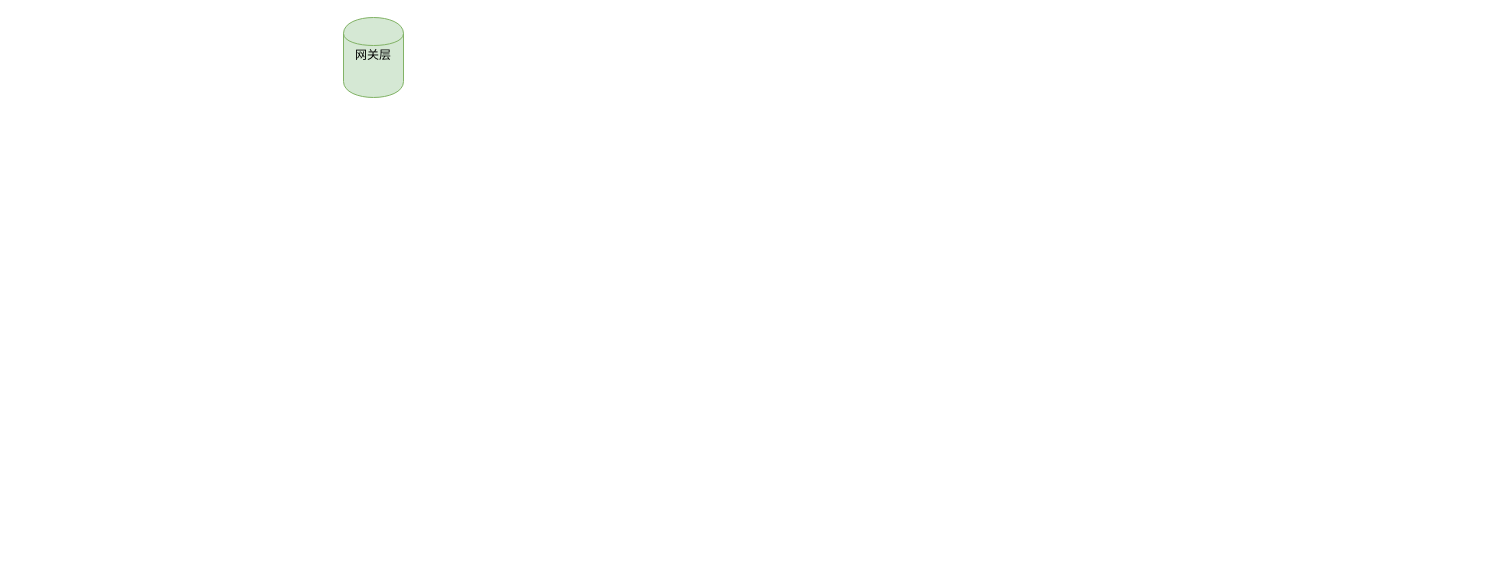
This is MA-Frontend.drawio from jizhi77/drawio, a draw.io file, before an edit. Source tidied: cells renumbered, new cells numbered last; positions are measured from the earlier drawing's top-left corner, leaving out a move shared by most shapes. Both pictures are drawn from the tidied source at 100%, with x=0, y=0 at pixel (343, 17).
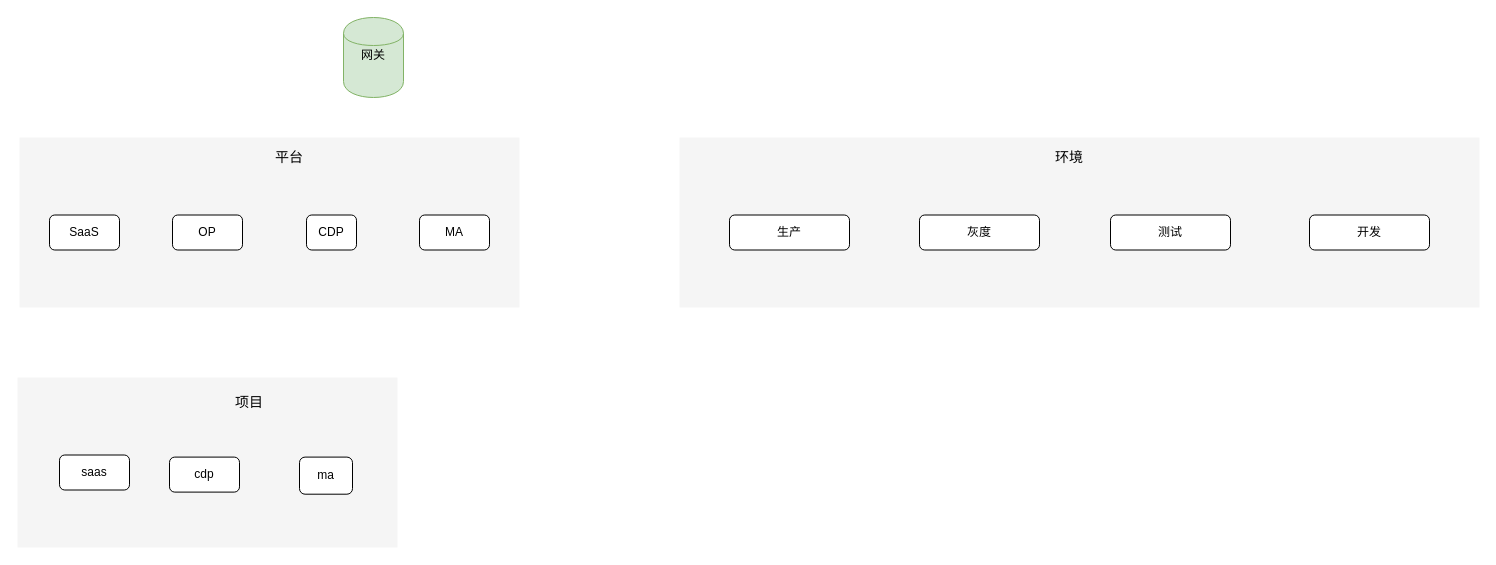
The same page after the edit.

Diff of the diagram source:
```diff
@@
 <mxGraphModel>
   <root>
     <mxCell id="0" />
     <mxCell id="1" parent="0" />
+    <mxCell id="3" style="verticalLabelPosition=bottom;verticalAlign=top;html=1;shape=mxgraph.basic.rect;fillColor2=none;strokeWidth=1;size=20;indent=5;fillColor=#f5f5f5;fontColor=#333333;strokeColor=none;" parent="1" vertex="1">
+      <mxGeometry x="-324" y="120" width="500" height="170" as="geometry" />
+    </mxCell>
-    <mxCell id="2" value="网关层" style="shape=cylinder;whiteSpace=wrap;html=1;boundedLbl=1;backgroundOutline=1;verticalAlign=top;fillColor=#d5e8d4;fillStyle=diag;strokeColor=#82b366;" parent="1" vertex="1">
+    <mxCell id="2" value="网关" style="shape=cylinder;whiteSpace=wrap;html=1;boundedLbl=1;backgroundOutline=1;verticalAlign=top;fillColor=#d5e8d4;fillStyle=diag;strokeColor=#82b366;" parent="1" vertex="1">
       <mxGeometry width="60" height="80" as="geometry" />
     </mxCell>
+    <mxCell id="4" value="SaaS" style="rounded=1;whiteSpace=wrap;html=1;strokeWidth=1;fillColor=#ffffff;flipH=1;" parent="1" vertex="1">
+      <mxGeometry x="-294" y="197.5" width="70" height="35" as="geometry" />
+    </mxCell>
+    <mxCell id="5" value="平台" style="text;html=1;strokeColor=none;fillColor=none;align=center;verticalAlign=middle;whiteSpace=wrap;rounded=0;fontStyle=0;fontSize=14;" parent="1" vertex="1">
+      <mxGeometry x="-74" y="130" width="40" height="20" as="geometry" />
+    </mxCell>
+    <mxCell id="6" value="OP" style="rounded=1;whiteSpace=wrap;html=1;strokeWidth=1;fillColor=#ffffff;flipH=1;" parent="1" vertex="1">
+      <mxGeometry x="-171" y="197.5" width="70" height="35" as="geometry" />
+    </mxCell>
+    <mxCell id="7" value="CDP" style="rounded=1;whiteSpace=wrap;html=1;strokeWidth=1;fillColor=#ffffff;flipH=1;" parent="1" vertex="1">
+      <mxGeometry x="-37" y="197.5" width="50" height="35" as="geometry" />
+    </mxCell>
+    <mxCell id="8" value="MA" style="rounded=1;whiteSpace=wrap;html=1;strokeWidth=1;fillColor=#ffffff;flipH=1;" parent="1" vertex="1">
+      <mxGeometry x="76" y="197.5" width="70" height="35" as="geometry" />
+    </mxCell>
+    <mxCell id="9" style="verticalLabelPosition=bottom;verticalAlign=top;html=1;shape=mxgraph.basic.rect;fillColor2=none;strokeWidth=1;size=20;indent=5;fillColor=#f5f5f5;fontColor=#333333;strokeColor=none;" parent="1" vertex="1">
+      <mxGeometry x="336" y="120" width="800" height="170" as="geometry" />
+    </mxCell>
+    <mxCell id="10" value="生产" style="rounded=1;whiteSpace=wrap;html=1;strokeWidth=1;fillColor=#ffffff;" parent="1" vertex="1">
+      <mxGeometry x="386" y="197.5" width="120" height="35" as="geometry" />
+    </mxCell>
+    <mxCell id="11" value="环境" style="text;html=1;strokeColor=none;fillColor=none;align=center;verticalAlign=middle;whiteSpace=wrap;rounded=0;fontStyle=0;fontSize=14;" parent="1" vertex="1">
+      <mxGeometry x="706" y="130" width="40" height="20" as="geometry" />
+    </mxCell>
+    <mxCell id="12" value="测试" style="rounded=1;whiteSpace=wrap;html=1;strokeWidth=1;fillColor=#ffffff;" parent="1" vertex="1">
+      <mxGeometry x="767" y="197.5" width="120" height="35" as="geometry" />
+    </mxCell>
+    <mxCell id="13" value="灰度" style="rounded=1;whiteSpace=wrap;html=1;strokeWidth=1;fillColor=#ffffff;" parent="1" vertex="1">
+      <mxGeometry x="576" y="197.5" width="120" height="35" as="geometry" />
+    </mxCell>
+    <mxCell id="14" value="开发" style="rounded=1;whiteSpace=wrap;html=1;strokeWidth=1;fillColor=#ffffff;" parent="1" vertex="1">
+      <mxGeometry x="966" y="197.5" width="120" height="35" as="geometry" />
+    </mxCell>
+    <mxCell id="15" style="verticalLabelPosition=bottom;verticalAlign=top;html=1;shape=mxgraph.basic.rect;fillColor2=none;strokeWidth=1;size=20;indent=5;fillColor=#f5f5f5;fontColor=#333333;strokeColor=none;" parent="1" vertex="1">
+      <mxGeometry x="-326" y="360" width="380" height="170" as="geometry" />
+    </mxCell>
+    <mxCell id="16" value="saas" style="rounded=1;whiteSpace=wrap;html=1;strokeWidth=1;fillColor=#ffffff;flipH=1;" parent="1" vertex="1">
+      <mxGeometry x="-284" y="437.5" width="70" height="35" as="geometry" />
+    </mxCell>
+    <mxCell id="17" value="项目" style="text;html=1;strokeColor=none;fillColor=none;align=center;verticalAlign=middle;whiteSpace=wrap;rounded=0;fontStyle=0;fontSize=14;" parent="1" vertex="1">
+      <mxGeometry x="-114" y="375" width="40" height="20" as="geometry" />
+    </mxCell>
+    <mxCell id="18" value="cdp" style="rounded=1;whiteSpace=wrap;html=1;strokeWidth=1;fillColor=#ffffff;flipH=1;" parent="1" vertex="1">
+      <mxGeometry x="-174" y="439.6" width="70" height="35" as="geometry" />
+    </mxCell>
+    <mxCell id="19" value="ma" style="rounded=1;whiteSpace=wrap;html=1;strokeWidth=1;fillColor=#ffffff;flipH=1;" parent="1" vertex="1">
+      <mxGeometry x="-44" y="439.6" width="53" height="37.1" as="geometry" />
+    </mxCell>
   </root>
 </mxGraphModel>
```
